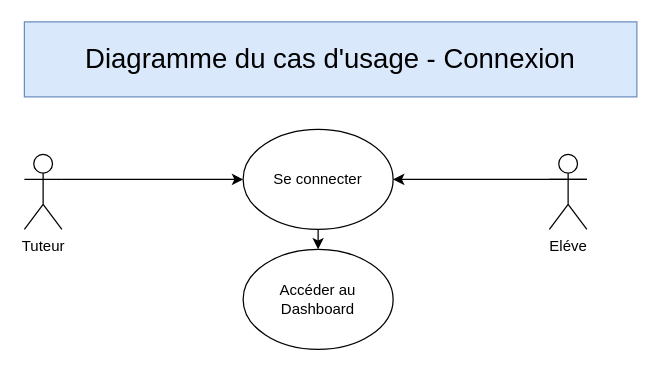
Before: page "Connexion" (1 of 5) of P10Uml.drawio in tetyanachouteau/P10LHome, a draw.io diagram. Source tidied: cells renumbered, new cells numbered last; positions are measured from the earlier drawing's top-left corner, leaving out a move shared by most shapes. Both pictures are drawn from the tidied source at 125%, with x=0, y=0 at pixel (24, 21).
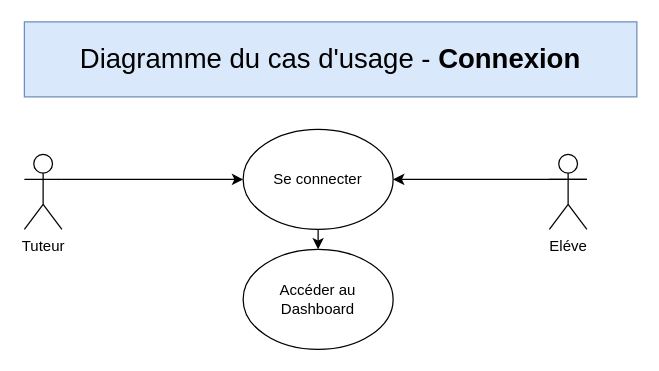
The same diagram, later.

The edit, as a diff of the source:
```diff
@@
 <mxGraphModel>
   <root>
     <mxCell id="0" />
     <mxCell id="1" parent="0" />
     <mxCell id="2" value="Tuteur" style="shape=umlActor;verticalLabelPosition=bottom;verticalAlign=top;html=1;outlineConnect=0;" parent="1" vertex="1">
       <mxGeometry y="106" width="30" height="60" as="geometry" />
     </mxCell>
     <mxCell id="3" style="rounded=0;jettySize=auto;html=1;exitX=1;exitY=0.3333333333333333;exitDx=0;exitDy=0;exitPerimeter=0;" parent="1" edge="1" source="4" target="6">
       <mxGeometry relative="1" as="geometry" />
     </mxCell>
     <mxCell id="4" value="Eléve" style="shape=umlActor;verticalLabelPosition=bottom;verticalAlign=top;html=1;outlineConnect=0;" parent="1" vertex="1">
       <mxGeometry x="420" y="106" width="30" height="60" as="geometry" />
     </mxCell>
     <mxCell id="5" style="edgeStyle=none;rounded=0;jettySize=auto;html=1;entryX=0.5;entryY=0;entryDx=0;entryDy=0;" parent="1" edge="1" source="6" target="8">
       <mxGeometry relative="1" as="geometry" />
     </mxCell>
     <mxCell id="6" value="Se connecter" style="ellipse;whiteSpace=wrap;html=1;" parent="1" vertex="1">
       <mxGeometry x="175" y="86" width="120" height="80" as="geometry" />
     </mxCell>
     <mxCell id="7" style="rounded=0;jettySize=auto;html=1;exitX=1;exitY=0.3333333333333333;exitDx=0;exitDy=0;exitPerimeter=0;" parent="1" edge="1" source="2" target="6">
       <mxGeometry relative="1" as="geometry" />
     </mxCell>
     <mxCell id="8" value="Accéder au Dashboard" style="ellipse;whiteSpace=wrap;html=1;" parent="1" vertex="1">
       <mxGeometry x="175" y="182" width="120" height="80" as="geometry" />
     </mxCell>
-    <mxCell id="9" value="&lt;font style=&quot;font-size: 22px;&quot;&gt;Diagramme du cas d'usage - Connexion&lt;/font&gt;" style="rounded=0;whiteSpace=wrap;html=1;fillColor=#dae8fc;strokeColor=#6c8ebf;" parent="1" vertex="1">
+    <mxCell id="9" value="&lt;font style=&quot;font-size: 22px;&quot;&gt;Diagramme du cas d'usage - &lt;b&gt;Connexion&lt;/b&gt;&lt;/font&gt;" style="rounded=0;whiteSpace=wrap;html=1;fillColor=#dae8fc;strokeColor=#6c8ebf;" parent="1" vertex="1">
       <mxGeometry width="490" height="60" as="geometry" />
     </mxCell>
   </root>
 </mxGraphModel>
```
